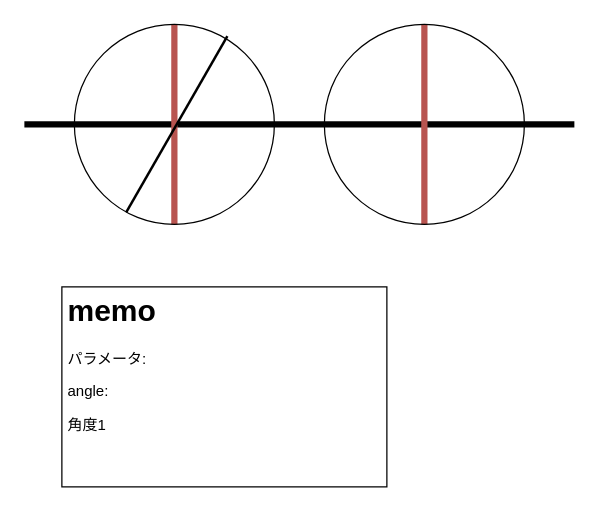
The draw.io diagram page "ページ2" (2 of 3) of doc/mt.drawio in Masan-k/mt, before the edit. Source tidied: cells renumbered, new cells numbered last; positions are measured from the earlier drawing's top-left corner, leaving out a move shared by most shapes. Both pictures are drawn from the tidied source at 125%, with x=0, y=0 at pixel (24, 24).
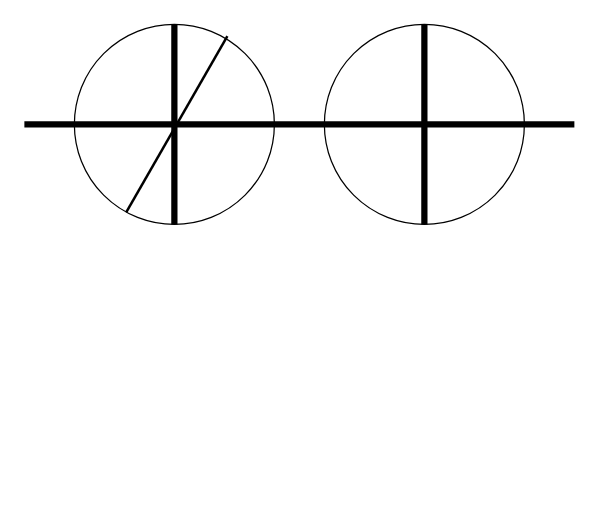
The same diagram, later.

The edit, as a diff of the source:
```diff
@@
 <mxGraphModel>
   <root>
     <mxCell id="0" />
     <mxCell id="1" parent="0" />
-    <mxCell id="2" style="endArrow=none;html=1;rounded=0;strokeWidth=5;" parent="1" edge="1">
+    <mxCell id="2" style="endArrow=none;html=1;rounded=0;strokeWidth=5;labelBackgroundColor=none;fontColor=default;" parent="1" edge="1">
       <mxGeometry relative="1" as="geometry">
         <mxPoint y="80" as="sourcePoint" />
         <mxPoint x="440" y="80" as="targetPoint" />
       </mxGeometry>
     </mxCell>
-    <mxCell id="3" style="endArrow=none;html=1;rounded=0;strokeWidth=5;fillColor=#f8cecc;strokeColor=#b85450;" parent="1" edge="1">
+    <mxCell id="3" style="endArrow=none;html=1;rounded=0;strokeWidth=5;labelBackgroundColor=none;fontColor=default;" parent="1" edge="1">
       <mxGeometry relative="1" as="geometry">
         <mxPoint x="120" y="160" as="sourcePoint" />
         <mxPoint x="120" as="targetPoint" />
       </mxGeometry>
     </mxCell>
-    <mxCell id="4" style="endArrow=none;html=1;rounded=0;strokeWidth=5;fillColor=#f8cecc;strokeColor=#b85450;" parent="1" edge="1">
+    <mxCell id="4" style="endArrow=none;html=1;rounded=0;strokeWidth=5;labelBackgroundColor=none;fontColor=default;" parent="1" edge="1">
       <mxGeometry relative="1" as="geometry">
         <mxPoint x="320" y="160" as="sourcePoint" />
         <mxPoint x="320" as="targetPoint" />
       </mxGeometry>
     </mxCell>
-    <mxCell id="5" style="ellipse;whiteSpace=wrap;html=1;fillColor=none;gradientColor=default;" parent="1" vertex="1">
+    <mxCell id="5" style="ellipse;whiteSpace=wrap;html=1;fillColor=none;labelBackgroundColor=none;" parent="1" vertex="1">
       <mxGeometry x="240" width="160" height="160" as="geometry" />
     </mxCell>
-    <mxCell id="6" style="ellipse;whiteSpace=wrap;html=1;fillColor=none;gradientColor=default;" parent="1" vertex="1">
+    <mxCell id="6" style="ellipse;whiteSpace=wrap;html=1;fillColor=none;labelBackgroundColor=none;" parent="1" vertex="1">
       <mxGeometry x="40" width="160" height="160" as="geometry" />
     </mxCell>
-    <mxCell id="7" value="&lt;h1&gt;memo&lt;/h1&gt;&lt;p&gt;パラメータ:&lt;/p&gt;&lt;p&gt;angle:&lt;/p&gt;&lt;p&gt;角度1&lt;/p&gt;" style="text;html=1;strokeColor=default;fillColor=none;spacing=5;spacingTop=-20;whiteSpace=wrap;overflow=hidden;rounded=0;shadow=0;" parent="1" vertex="1">
-      <mxGeometry x="30" y="210" width="260" height="160" as="geometry" />
-    </mxCell>
-    <mxCell id="8" style="endArrow=none;html=1;rounded=0;strokeWidth=2;jumpSize=0;exitX=0.259;exitY=0.94;exitDx=0;exitDy=0;exitPerimeter=0;entryX=0.765;entryY=0.059;entryDx=0;entryDy=0;entryPerimeter=0;" parent="1" edge="1" source="6" target="6">
+    <mxCell id="8" style="endArrow=none;html=1;rounded=0;strokeWidth=2;jumpSize=0;exitX=0.259;exitY=0.94;exitDx=0;exitDy=0;exitPerimeter=0;entryX=0.765;entryY=0.059;entryDx=0;entryDy=0;entryPerimeter=0;labelBackgroundColor=none;fontColor=default;" parent="1" edge="1" source="6" target="6">
       <mxGeometry relative="1" as="geometry" />
     </mxCell>
   </root>
 </mxGraphModel>
```
